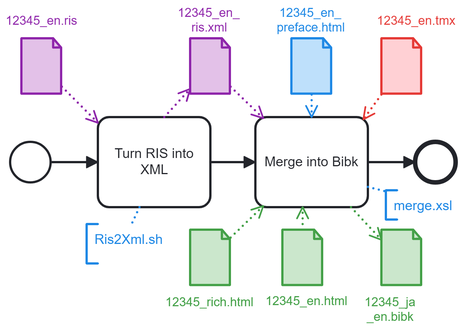
Above: 4-Merge.png in japotrad/blue-sora (BPMN), before the change. Its source is kept beside it as 4-Merge.bpmn. Ids are renumbered.
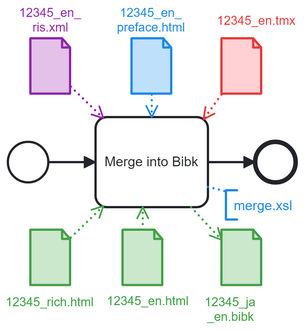
The same diagram one commit later.

Change to the diagram source:
```diff
@@ -1,9 +1,8 @@
-<bpmn:definitions xmlns:bpmn="http://www.omg.org/spec/BPMN/20100524/MODEL" xmlns:bpmndi="http://www.omg.org/spec/BPMN/20100524/DI" xmlns:dc="http://www.omg.org/spec/DD/20100524/DC" xmlns:bioc="http://bpmn.io/schema/bpmn/biocolor/1.0" xmlns:color="http://www.omg.org/spec/BPMN/non-normative/color/1.0" xmlns:di="http://www.omg.org/spec/DD/20100524/DI" xmlns:modeler="http://camunda.org/schema/modeler/1.0" id="Definitions_n1" targetNamespace="http://bpmn.io/schema/bpmn" exporter="Camunda Modeler" exporterVersion="5.29.0" modeler:executionPlatform="Camunda Cloud" modeler:executionPlatformVersion="8.2.0">
+<bpmn:definitions xmlns:bpmn="http://www.omg.org/spec/BPMN/20100524/MODEL" xmlns:bpmndi="http://www.omg.org/spec/BPMN/20100524/DI" xmlns:dc="http://www.omg.org/spec/DD/20100524/DC" xmlns:bioc="http://bpmn.io/schema/bpmn/biocolor/1.0" xmlns:color="http://www.omg.org/spec/BPMN/non-normative/color/1.0" xmlns:di="http://www.omg.org/spec/DD/20100524/DI" xmlns:modeler="http://camunda.org/schema/modeler/1.0" id="Definitions_n1" targetNamespace="http://bpmn.io/schema/bpmn" exporter="Camunda Modeler" exporterVersion="5.33.1" modeler:executionPlatform="Camunda Cloud" modeler:executionPlatformVersion="8.2.0">
   <bpmn:process id="buildDbk" name="buildDbk" isExecutable="true">
     <bpmn:dataObjectReference id="DataObjectReference_n2" name="12345_en_&#10;preface.html" dataObjectRef="DataObject_n3" />
     <bpmn:dataObjectReference id="DataObjectReference_n4" name="12345_en_&#10;ris.xml" dataObjectRef="DataObject_n5" />
     <bpmn:dataObjectReference id="DataObjectReference_n6" name="12345_en.html" dataObjectRef="DataObject_n7" />
-    <bpmn:dataObjectReference id="DataObjectReference_n8" name="12345_en.ris" dataObjectRef="DataObject_n9" />
     <bpmn:dataObjectReference id="DataObjectReference_n10" name="12345_en.tmx" dataObjectRef="DataObject_n11" />
     <bpmn:dataObjectReference id="DataObjectReference_n12" name="12345_ja&#10;_en.bibk" dataObjectRef="DataObject_n13" />
     <bpmn:dataObjectReference id="DataObjectReference_n14" name="12345_rich.html" dataObjectRef="DataObject_n15" />
@@ -13,15 +12,13 @@
     <bpmn:dataObject id="DataObject_n7" />
     <bpmn:dataObject id="DataObject_n5" />
     <bpmn:dataObject id="DataObject_n3" />
-    <bpmn:dataObject id="DataObject_n9" />
     <bpmn:endEvent id="Event_n16">
       <bpmn:incoming>Flow_n17</bpmn:incoming>
     </bpmn:endEvent>
     <bpmn:sequenceFlow id="Flow_n17" sourceRef="Activity_n18" targetRef="Event_n16" />
-    <bpmn:sequenceFlow id="Flow_n19" sourceRef="Activity_n20" targetRef="Activity_n18" />
-    <bpmn:sequenceFlow id="Flow_n21" sourceRef="StartEvent_1" targetRef="Activity_n20" />
+    <bpmn:sequenceFlow id="Flow_n39" sourceRef="StartEvent_1" targetRef="Activity_n18" />
     <bpmn:task id="Activity_n18" name="Merge into Bibk">
-      <bpmn:incoming>Flow_n19</bpmn:incoming>
+      <bpmn:incoming>Flow_n39</bpmn:incoming>
       <bpmn:outgoing>Flow_n17</bpmn:outgoing>
       <bpmn:property id="Property_n22" name="__targetRef_placeholder" />
       <bpmn:dataInputAssociation id="DataInputAssociation_n23">
@@ -49,147 +46,101 @@
       </bpmn:dataOutputAssociation>
     </bpmn:task>
     <bpmn:startEvent id="StartEvent_1">
-      <bpmn:outgoing>Flow_n21</bpmn:outgoing>
+      <bpmn:outgoing>Flow_n39</bpmn:outgoing>
     </bpmn:startEvent>
-    <bpmn:task id="Activity_n20" name="Turn RIS into XML">
-      <bpmn:incoming>Flow_n21</bpmn:incoming>
-      <bpmn:outgoing>Flow_n19</bpmn:outgoing>
-      <bpmn:property id="Property_n29" name="__targetRef_placeholder" />
-      <bpmn:dataInputAssociation id="DataInputAssociation_n30">
-        <bpmn:sourceRef>DataObjectReference_n8</bpmn:sourceRef>
-        <bpmn:targetRef>Property_n29</bpmn:targetRef>
-      </bpmn:dataInputAssociation>
-      <bpmn:dataOutputAssociation id="DataOutputAssociation_n31">
-        <bpmn:targetRef>DataObjectReference_n4</bpmn:targetRef>
-      </bpmn:dataOutputAssociation>
-    </bpmn:task>
-    <bpmn:textAnnotation id="TextAnnotation_n32">
-      <bpmn:text>Ris2Xml.sh</bpmn:text>
-    </bpmn:textAnnotation>
     <bpmn:association id="Association_n33" sourceRef="Activity_n18" targetRef="TextAnnotation_n34" />
     <bpmn:textAnnotation id="TextAnnotation_n34">
       <bpmn:text>merge.xsl</bpmn:text>
     </bpmn:textAnnotation>
-    <bpmn:association id="Association_n35" sourceRef="Activity_n20" targetRef="TextAnnotation_n32" />
   </bpmn:process>
   <bpmndi:BPMNDiagram id="BPMNDiagram_1">
     <bpmndi:BPMNPlane id="BPMNPlane_1" bpmnElement="buildDbk">
-      <bpmndi:BPMNShape id="Activity_n18_di" bpmnElement="Activity_n18">
-        <dc:Bounds x="400" y="195" width="100" height="80" />
-        <bpmndi:BPMNLabel />
+      <bpmndi:BPMNShape id="DataObjectReference_n2_di" bpmnElement="DataObjectReference_n2" bioc:stroke="#1e88e5" bioc:fill="#bbdefb" color:background-color="#bbdefb" color:border-color="#1e88e5">
+        <dc:Bounds x="272" y="125" width="36" height="50" />
+        <bpmndi:BPMNLabel color:color="#1e88e5">
+          <dc:Bounds x="259" y="96" width="61" height="27" />
+        </bpmndi:BPMNLabel>
       </bpmndi:BPMNShape>
       <bpmndi:BPMNShape id="DataObjectReference_n4_di" bpmnElement="DataObjectReference_n4" bioc:stroke="#8e24aa" bioc:fill="#e1bee7" color:background-color="#e1bee7" color:border-color="#8e24aa">
-        <dc:Bounds x="342" y="125" width="36" height="50" />
+        <dc:Bounds x="182" y="125" width="36" height="50" />
         <bpmndi:BPMNLabel color:color="#8e24aa">
-          <dc:Bounds x="331" y="96" width="57" height="27" />
+          <dc:Bounds x="172" y="96" width="56" height="27" />
+        </bpmndi:BPMNLabel>
+      </bpmndi:BPMNShape>
+      <bpmndi:BPMNShape id="BPMNShape_n38" bpmnElement="DataObjectReference_n6" bioc:stroke="#43a047" bioc:fill="#c8e6c9" color:background-color="#c8e6c9" color:border-color="#43a047">
+        <dc:Bounds x="264" y="295" width="36" height="50" />
+        <bpmndi:BPMNLabel color:color="#43a047">
+          <dc:Bounds x="250" y="352" width="73" height="14" />
         </bpmndi:BPMNLabel>
       </bpmndi:BPMNShape>
       <bpmndi:BPMNShape id="BPMNShape_n36" bpmnElement="DataObjectReference_n10" bioc:stroke="#e53935" bioc:fill="#ffcdd2" color:background-color="#ffcdd2" color:border-color="#e53935">
-        <dc:Bounds x="512" y="125" width="36" height="50" />
+        <dc:Bounds x="352" y="125" width="36" height="50" />
         <bpmndi:BPMNLabel>
-          <dc:Bounds x="508" y="103" width="71" height="14" />
-        </bpmndi:BPMNLabel>
-      </bpmndi:BPMNShape>
-      <bpmndi:BPMNShape id="DataObjectReference_n2_di" bpmnElement="DataObjectReference_n2" bioc:stroke="#1e88e5" bioc:fill="#bbdefb" color:background-color="#bbdefb" color:border-color="#1e88e5">
-        <dc:Bounds x="432" y="125" width="36" height="50" />
-        <bpmndi:BPMNLabel color:color="#1e88e5">
-          <dc:Bounds x="419" y="96" width="61" height="27" />
+          <dc:Bounds x="348" y="103" width="71" height="14" />
         </bpmndi:BPMNLabel>
       </bpmndi:BPMNShape>
       <bpmndi:BPMNShape id="BPMNShape_n37" bpmnElement="DataObjectReference_n12" bioc:stroke="#43a047" bioc:fill="#c8e6c9" color:background-color="#c8e6c9" color:border-color="#43a047">
-        <dc:Bounds x="512" y="295" width="36" height="50" />
+        <dc:Bounds x="352" y="295" width="36" height="50" />
         <bpmndi:BPMNLabel color:color="#43a047">
-          <dc:Bounds x="497" y="353" width="46" height="27" />
-        </bpmndi:BPMNLabel>
-      </bpmndi:BPMNShape>
-      <bpmndi:BPMNShape id="BPMNShape_n38" bpmnElement="DataObjectReference_n6" bioc:stroke="#43a047" bioc:fill="#c8e6c9" color:background-color="#c8e6c9" color:border-color="#43a047">
-        <dc:Bounds x="424" y="295" width="36" height="50" />
-        <bpmndi:BPMNLabel color:color="#43a047">
-          <dc:Bounds x="409" y="352" width="74" height="14" />
+          <dc:Bounds x="337" y="353" width="46" height="27" />
         </bpmndi:BPMNLabel>
       </bpmndi:BPMNShape>
       <bpmndi:BPMNShape id="DataObjectReference_n14_di" bpmnElement="DataObjectReference_n14" bioc:stroke="#43a047" bioc:fill="#c8e6c9" color:background-color="#c8e6c9" color:border-color="#43a047">
-        <dc:Bounds x="342" y="295" width="36" height="50" />
+        <dc:Bounds x="182" y="295" width="36" height="50" />
         <bpmndi:BPMNLabel>
-          <dc:Bounds x="320" y="353" width="79" height="14" />
-        </bpmndi:BPMNLabel>
-      </bpmndi:BPMNShape>
-      <bpmndi:BPMNShape id="DataObjectReference_n8_di" bpmnElement="DataObjectReference_n8" bioc:stroke="#8e24aa" bioc:fill="#e1bee7" color:background-color="#e1bee7" color:border-color="#8e24aa">
-        <dc:Bounds x="192" y="125" width="36" height="50" />
-        <bpmndi:BPMNLabel color:color="#8e24aa">
-          <dc:Bounds x="178" y="103" width="64" height="14" />
+          <dc:Bounds x="160" y="353" width="79" height="14" />
         </bpmndi:BPMNLabel>
       </bpmndi:BPMNShape>
       <bpmndi:BPMNShape id="Event_n16_di" bpmnElement="Event_n16">
-        <dc:Bounds x="542" y="217" width="36" height="36" />
+        <dc:Bounds x="382" y="217" width="36" height="36" />
       </bpmndi:BPMNShape>
-      <bpmndi:BPMNShape id="Activity_n20_di" bpmnElement="Activity_n20">
-        <dc:Bounds x="260" y="195" width="100" height="80" />
+      <bpmndi:BPMNShape id="Activity_n18_di" bpmnElement="Activity_n18">
+        <dc:Bounds x="240" y="195" width="100" height="80" />
         <bpmndi:BPMNLabel />
       </bpmndi:BPMNShape>
       <bpmndi:BPMNShape id="_BPMNShape_StartEvent_2" bpmnElement="StartEvent_1">
-        <dc:Bounds x="182" y="217" width="36" height="36" />
+        <dc:Bounds x="162" y="217" width="36" height="36" />
       </bpmndi:BPMNShape>
       <bpmndi:BPMNEdge id="Association_n33_di" bpmnElement="Association_n33" bioc:stroke="#1e88e5" color:border-color="#1e88e5">
-        <di:waypoint x="500" y="257" />
-        <di:waypoint x="516" y="261" />
+        <di:waypoint x="340" y="257" />
+        <di:waypoint x="356" y="261" />
       </bpmndi:BPMNEdge>
-      <bpmndi:BPMNEdge id="Association_n35_di" bpmnElement="Association_n35" bioc:stroke="#1e88e5" color:border-color="#1e88e5">
-        <di:waypoint x="297" y="275" />
-        <di:waypoint x="290" y="290" />
-      </bpmndi:BPMNEdge>
-      <bpmndi:BPMNEdge id="Flow_n19_di" bpmnElement="Flow_n19">
-        <di:waypoint x="360" y="235" />
-        <di:waypoint x="400" y="235" />
-      </bpmndi:BPMNEdge>
-      <bpmndi:BPMNEdge id="Flow_n21_di" bpmnElement="Flow_n21">
-        <di:waypoint x="218" y="235" />
-        <di:waypoint x="260" y="235" />
+      <bpmndi:BPMNShape id="TextAnnotation_n34_di" bpmnElement="TextAnnotation_n34" bioc:stroke="#1e88e5" bioc:fill="#bbdefb" color:background-color="#bbdefb" color:border-color="#1e88e5">
+        <dc:Bounds x="356" y="260" width="68" height="26" />
+        <bpmndi:BPMNLabel />
+      </bpmndi:BPMNShape>
+      <bpmndi:BPMNEdge id="DataInputAssociation_n23_di" bpmnElement="DataInputAssociation_n23" bioc:stroke="#1e88e5" color:border-color="#1e88e5">
+        <di:waypoint x="290" y="175" />
+        <di:waypoint x="290" y="195" />
       </bpmndi:BPMNEdge>
       <bpmndi:BPMNEdge id="DataInputAssociation_n24_di" bpmnElement="DataInputAssociation_n24" bioc:stroke="#8e24aa" color:border-color="#8e24aa">
-        <di:waypoint x="378" y="168" />
-        <di:waypoint x="407" y="196" />
-      </bpmndi:BPMNEdge>
-      <bpmndi:BPMNEdge id="DataInputAssociation_n30_di" bpmnElement="DataInputAssociation_n30" bioc:stroke="#8e24aa" color:border-color="#8e24aa">
-        <di:waypoint x="228" y="168" />
-        <di:waypoint x="260" y="200" />
-      </bpmndi:BPMNEdge>
-      <bpmndi:BPMNEdge id="DataOutputAssociation_n31_di" bpmnElement="DataOutputAssociation_n31" bioc:stroke="#8e24aa" color:border-color="#8e24aa">
-        <di:waypoint x="319" y="195" />
-        <di:waypoint x="342" y="170" />
-      </bpmndi:BPMNEdge>
-      <bpmndi:BPMNEdge id="DataInputAssociation_n23_di" bpmnElement="DataInputAssociation_n23" bioc:stroke="#1e88e5" color:border-color="#1e88e5">
-        <di:waypoint x="450" y="175" />
-        <di:waypoint x="450" y="195" />
+        <di:waypoint x="218" y="168" />
+        <di:waypoint x="247" y="196" />
       </bpmndi:BPMNEdge>
       <bpmndi:BPMNEdge id="DataInputAssociation_n26_di" bpmnElement="DataInputAssociation_n26" bioc:stroke="#43a047" color:border-color="#43a047">
-        <di:waypoint x="442" y="295" />
-        <di:waypoint x="442" y="275" />
+        <di:waypoint x="282" y="295" />
+        <di:waypoint x="282" y="275" />
+      </bpmndi:BPMNEdge>
+      <bpmndi:BPMNEdge id="DataInputAssociation_n27_di" bpmnElement="DataInputAssociation_n27" bioc:stroke="#e53935" color:border-color="#e53935">
+        <di:waypoint x="352" y="175" />
+        <di:waypoint x="336" y="197" />
       </bpmndi:BPMNEdge>
       <bpmndi:BPMNEdge id="DataOutputAssociation_n28_di" bpmnElement="DataOutputAssociation_n28" bioc:stroke="#43a047" color:border-color="#43a047">
-        <di:waypoint x="485" y="275" />
-        <di:waypoint x="512" y="304" />
+        <di:waypoint x="325" y="275" />
+        <di:waypoint x="352" y="304" />
       </bpmndi:BPMNEdge>
       <bpmndi:BPMNEdge id="DataInputAssociation_n25_di" bpmnElement="DataInputAssociation_n25" bioc:stroke="#43a047" color:border-color="#43a047">
-        <di:waypoint x="378" y="302" />
-        <di:waypoint x="407" y="274" />
+        <di:waypoint x="218" y="302" />
+        <di:waypoint x="247" y="274" />
       </bpmndi:BPMNEdge>
       <bpmndi:BPMNEdge id="Flow_n17_di" bpmnElement="Flow_n17">
-        <di:waypoint x="500" y="235" />
-        <di:waypoint x="542" y="235" />
+        <di:waypoint x="340" y="235" />
+        <di:waypoint x="382" y="235" />
       </bpmndi:BPMNEdge>
-      <bpmndi:BPMNEdge id="DataInputAssociation_n27_di" bpmnElement="DataInputAssociation_n27" bioc:stroke="#e53935" color:border-color="#e53935">
-        <di:waypoint x="512" y="175" />
-        <di:waypoint x="496" y="197" />
+      <bpmndi:BPMNEdge id="Flow_n39_di" bpmnElement="Flow_n39">
+        <di:waypoint x="198" y="235" />
+        <di:waypoint x="240" y="235" />
       </bpmndi:BPMNEdge>
-      <bpmndi:BPMNShape id="TextAnnotation_n34_di" bpmnElement="TextAnnotation_n34" bioc:stroke="#1e88e5" bioc:fill="#bbdefb" color:background-color="#bbdefb" color:border-color="#1e88e5">
-        <dc:Bounds x="516" y="260" width="68" height="26" />
-        <bpmndi:BPMNLabel />
-      </bpmndi:BPMNShape>
-      <bpmndi:BPMNShape id="TextAnnotation_n32_di" bpmnElement="TextAnnotation_n32" bioc:stroke="#1e88e5" bioc:fill="#bbdefb" color:background-color="#bbdefb" color:border-color="#1e88e5">
-        <dc:Bounds x="250" y="290" width="80" height="35" />
-        <bpmndi:BPMNLabel />
-      </bpmndi:BPMNShape>
     </bpmndi:BPMNPlane>
   </bpmndi:BPMNDiagram>
 </bpmn:definitions>
```
